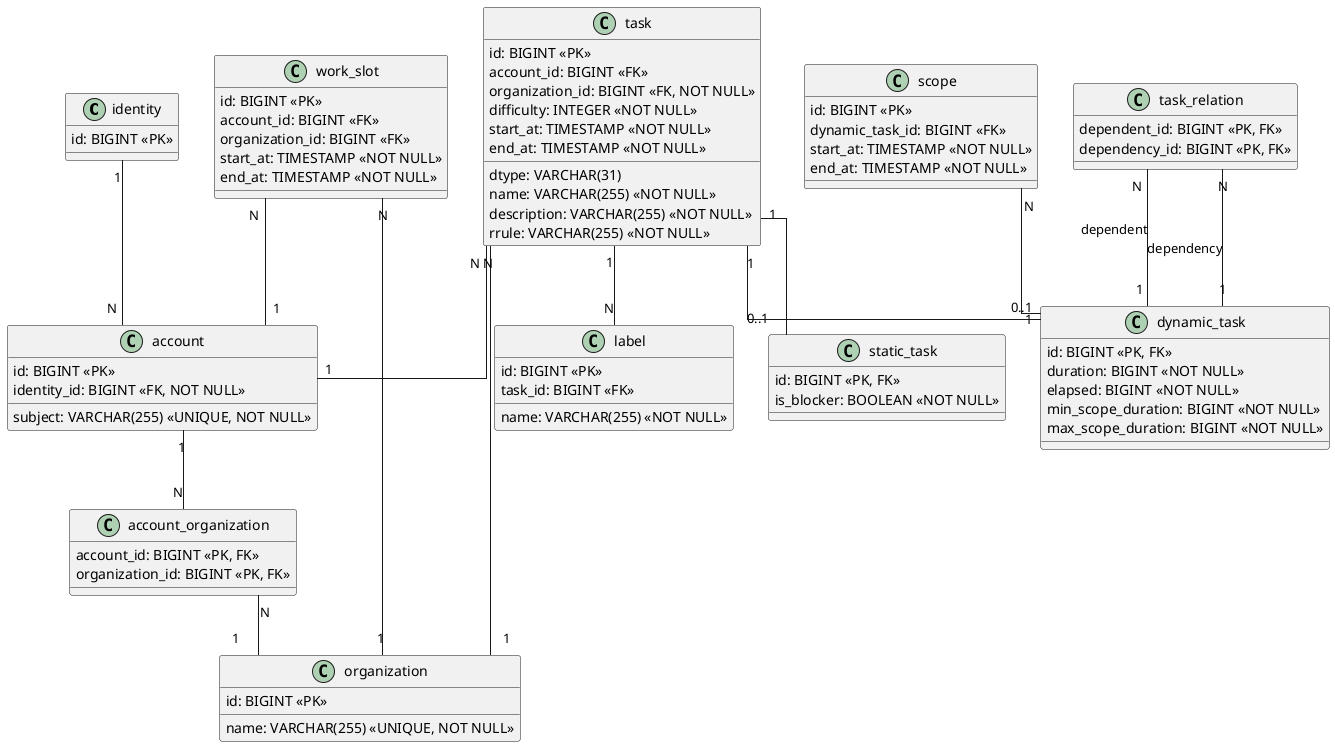
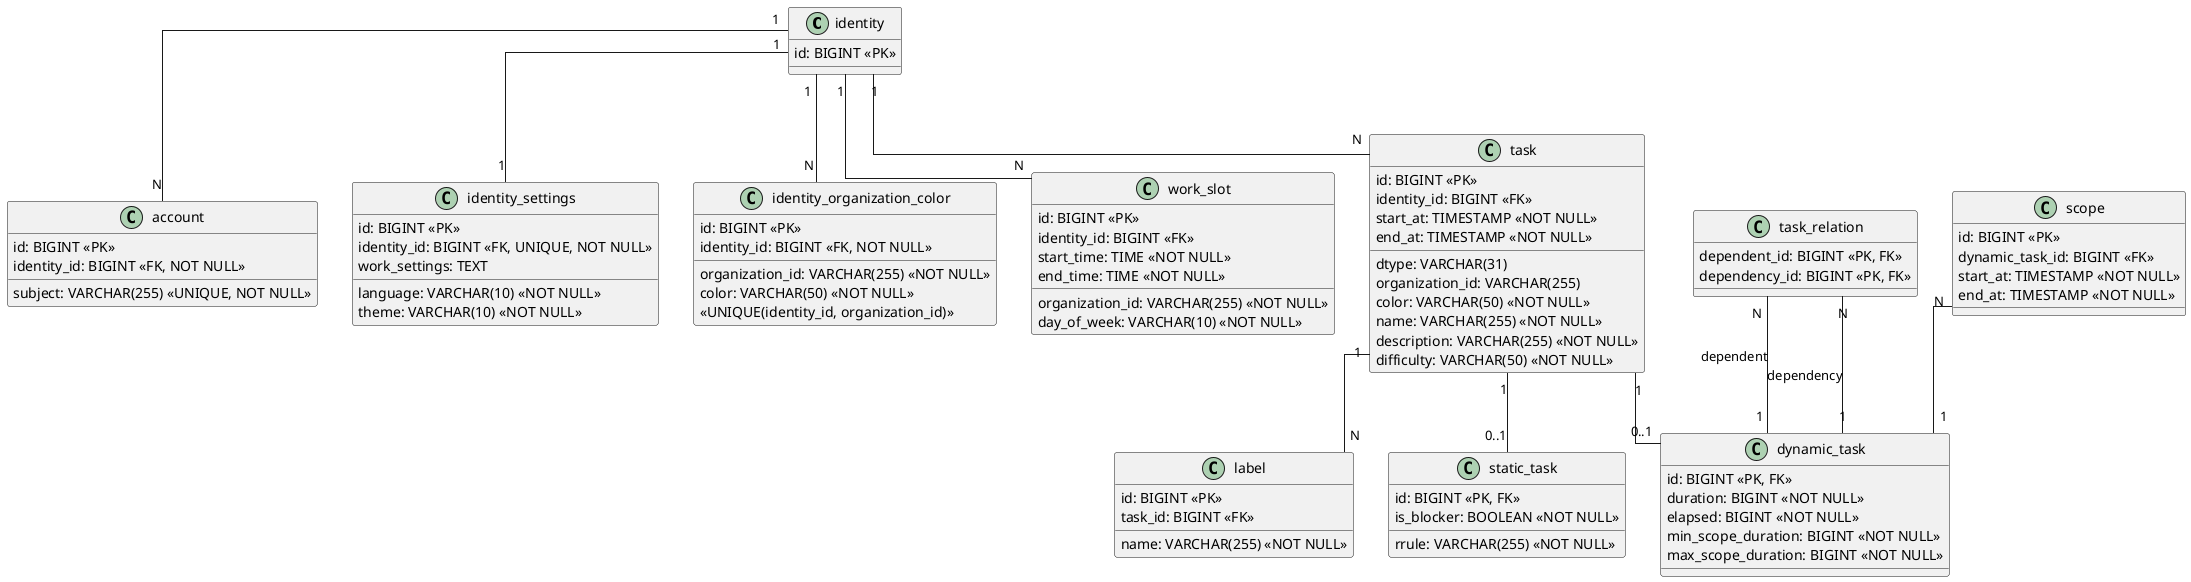
@startuml
skinparam classAttributeIconSize 0
skinparam linetype ortho

class identity {
    id: BIGINT <<PK>>
}

class account {
    id: BIGINT <<PK>>
    subject: VARCHAR(255) <<UNIQUE, NOT NULL>>
    identity_id: BIGINT <<FK, NOT NULL>>
}

- class organization {
+ class identity_settings {
    id: BIGINT <<PK>>
-     name: VARCHAR(255) <<UNIQUE, NOT NULL>>
+     identity_id: BIGINT <<FK, UNIQUE, NOT NULL>>
+     language: VARCHAR(10) <<NOT NULL>>
+     theme: VARCHAR(10) <<NOT NULL>>
+     work_settings: TEXT
}

- class account_organization {
-     account_id: BIGINT <<PK, FK>>
-     organization_id: BIGINT <<PK, FK>>
+ class identity_organization_color {
+     id: BIGINT <<PK>>
+     identity_id: BIGINT <<FK, NOT NULL>>
+     organization_id: VARCHAR(255) <<NOT NULL>>
+     color: VARCHAR(50) <<NOT NULL>>
+     <<UNIQUE(identity_id, organization_id)>>
}

class work_slot {
    id: BIGINT <<PK>>
-     account_id: BIGINT <<FK>>
-     organization_id: BIGINT <<FK>>
-     start_at: TIMESTAMP <<NOT NULL>>
-     end_at: TIMESTAMP <<NOT NULL>>
+     identity_id: BIGINT <<FK>>
+     organization_id: VARCHAR(255) <<NOT NULL>>
+     day_of_week: VARCHAR(10) <<NOT NULL>>
+     start_time: TIME <<NOT NULL>>
+     end_time: TIME <<NOT NULL>>
}

class task {
    id: BIGINT <<PK>>
    dtype: VARCHAR(31)
-     account_id: BIGINT <<FK>>
-     organization_id: BIGINT <<FK, NOT NULL>>
+     identity_id: BIGINT <<FK>>
+     organization_id: VARCHAR(255)
+     color: VARCHAR(50) <<NOT NULL>>
    name: VARCHAR(255) <<NOT NULL>>
    description: VARCHAR(255) <<NOT NULL>>
-     difficulty: INTEGER <<NOT NULL>>
+     difficulty: VARCHAR(50) <<NOT NULL>>
    start_at: TIMESTAMP <<NOT NULL>>
    end_at: TIMESTAMP <<NOT NULL>>
-     rrule: VARCHAR(255) <<NOT NULL>>
}

class label {
    id: BIGINT <<PK>>
    task_id: BIGINT <<FK>>
    name: VARCHAR(255) <<NOT NULL>>
}

class dynamic_task {
-   id: BIGINT <<PK, FK>>
-   duration: BIGINT <<NOT NULL>>
-   elapsed: BIGINT <<NOT NULL>>
-   min_scope_duration: BIGINT <<NOT NULL>>
-   max_scope_duration: BIGINT <<NOT NULL>>
+     id: BIGINT <<PK, FK>>
+     duration: BIGINT <<NOT NULL>>
+     elapsed: BIGINT <<NOT NULL>>
+     min_scope_duration: BIGINT <<NOT NULL>>
+     max_scope_duration: BIGINT <<NOT NULL>>
}

class static_task {
    id: BIGINT <<PK, FK>>
+     rrule: VARCHAR(255) <<NOT NULL>>
    is_blocker: BOOLEAN <<NOT NULL>>
}

class task_relation {
    dependent_id: BIGINT <<PK, FK>>
    dependency_id: BIGINT <<PK, FK>>
}

class scope {
    id: BIGINT <<PK>>
    dynamic_task_id: BIGINT <<FK>>
    start_at: TIMESTAMP <<NOT NULL>>
    end_at: TIMESTAMP <<NOT NULL>>
}

task "1" -- "N" label
identity "1" -- "N" account
- account "1" -- "N" account_organization
- account_organization "N" -- "1" organization
- work_slot "N" -- "1" account
- work_slot "N" -- "1" organization
- task "N" -- "1" account
- task "N" -- "1" organization
+ identity "1" -- "1" identity_settings
+ identity "1" -- "N" identity_organization_color
+ identity "1" -- "N" work_slot
+ identity "1" -- "N" task
scope "N" -- "1" dynamic_task
task_relation "N" -- "1" dynamic_task : dependent
task_relation "N" -- "1" dynamic_task : dependency

task "1" -- "0..1" static_task
task "1" -- "0..1" dynamic_task

@enduml
